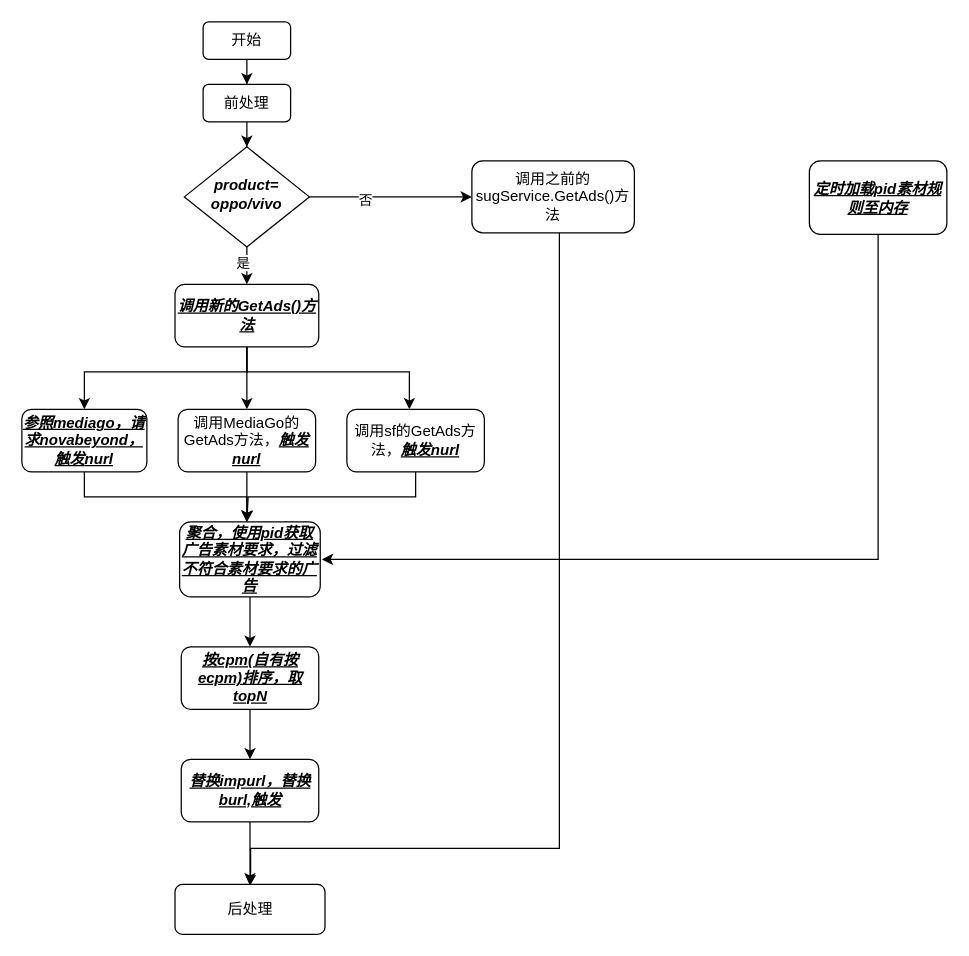
Before: bidrequest.drawio in zzhao2018/2018-, a draw.io diagram. Source tidied: cells renumbered, new cells numbered last; positions are measured from the earlier drawing's top-left corner, leaving out a move shared by most shapes. Both pictures are drawn from the tidied source at 125%, with x=0, y=0 at pixel (21, 21).
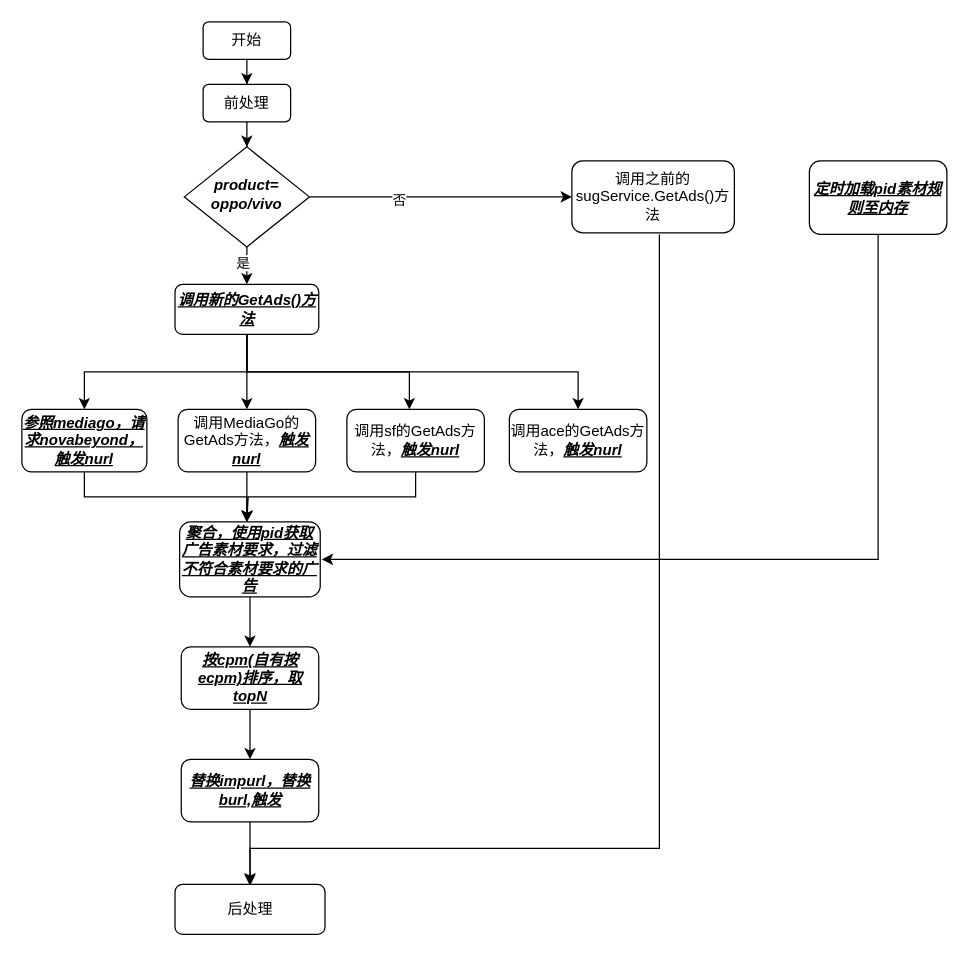
After the change.

The edit, as a diff of the source:
```diff
@@
     <mxCell id="9" style="edgeStyle=orthogonalEdgeStyle;rounded=0;orthogonalLoop=1;jettySize=auto;html=1;entryX=0.5;entryY=0;entryDx=0;entryDy=0;" parent="1" edge="1">
       <mxGeometry relative="1" as="geometry">
-        <mxPoint x="430" y="150" as="sourcePoint" />
+        <mxPoint x="510" y="170" as="sourcePoint" />
         <mxPoint x="182.5" y="691.2" as="targetPoint" />
         <Array as="points">
           <mxPoint x="430" y="661.2" />
           <mxPoint x="183" y="661.2" />
           <mxPoint x="183" y="681.2" />
         </Array>
       </mxGeometry>
     </mxCell>
     <mxCell id="10" value="调用之前的sugService.GetAds()方法" style="rounded=1;whiteSpace=wrap;html=1;fontSize=12;glass=0;strokeWidth=1;shadow=0;" parent="1" vertex="1">
-      <mxGeometry x="360" y="111.2" width="130" height="57.5" as="geometry" />
+      <mxGeometry x="440" y="111.2" width="130" height="57.5" as="geometry" />
     </mxCell>
@@
+    <mxCell id="33" style="edgeStyle=orthogonalEdgeStyle;rounded=0;jettySize=auto;html=1;" parent="1" edge="1" source="18" target="34">
+      <mxGeometry relative="1" as="geometry">
+        <Array as="points">
+          <mxPoint x="180" y="280" />
+          <mxPoint x="445" y="280" />
+        </Array>
+      </mxGeometry>
+    </mxCell>
     <mxCell id="18" value="&lt;b&gt;&lt;i&gt;&lt;u&gt;调用新的GetAds()方法&lt;/u&gt;&lt;/i&gt;&lt;/b&gt;" style="rounded=1;whiteSpace=wrap;html=1;fontSize=12;glass=0;strokeWidth=1;shadow=0;" parent="1" vertex="1">
-      <mxGeometry x="122.5" y="210" width="115" height="50" as="geometry" />
+      <mxGeometry x="122.5" y="210" width="115" height="40" as="geometry" />
     </mxCell>
@@
+    <mxCell id="34" value="调用ace的GetAds方法，&lt;u&gt;&lt;b style=&quot;border-color: var(--border-color);&quot;&gt;&lt;i style=&quot;border-color: var(--border-color);&quot;&gt;触发&lt;/i&gt;&lt;/b&gt;&lt;b style=&quot;border-color: var(--border-color);&quot;&gt;&lt;i style=&quot;border-color: var(--border-color);&quot;&gt;nurl&lt;/i&gt;&lt;/b&gt;&lt;/u&gt;" style="rounded=1;whiteSpace=wrap;html=1;fontSize=12;glass=0;strokeWidth=1;shadow=0;" parent="1" vertex="1">
+      <mxGeometry x="390" y="310" width="110" height="50" as="geometry" />
+    </mxCell>
```
